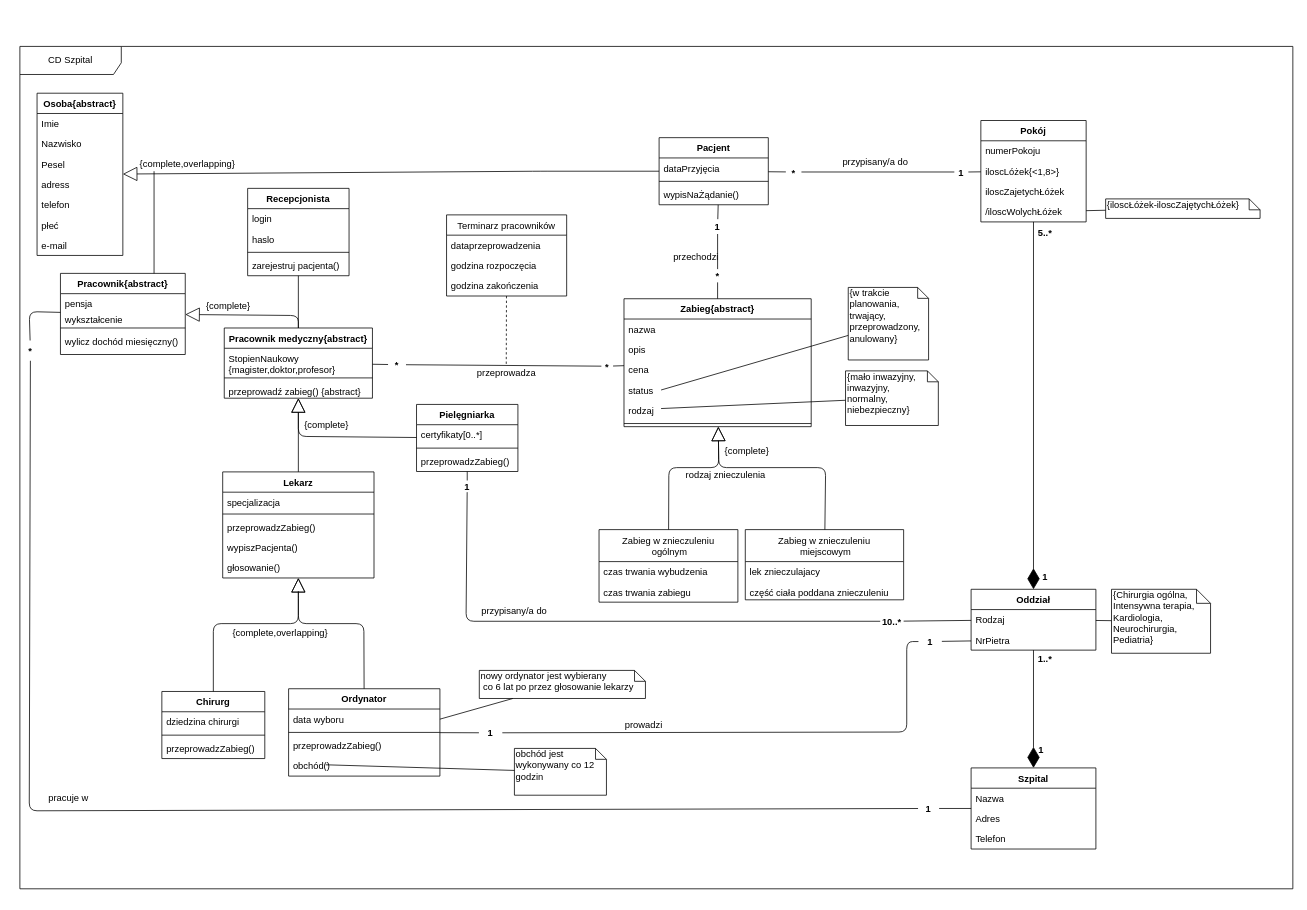
The draw.io diagram page "class" (1 of 2) of Szpital.drawio in AleksanderStaruch/HospitalUML, before the edit. Source tidied: cells renumbered, new cells numbered last; positions are measured from the earlier drawing's top-left corner, leaving out a move shared by most shapes. Both pictures are drawn from the tidied source at 78%, with x=0, y=0 at pixel (20, 46).
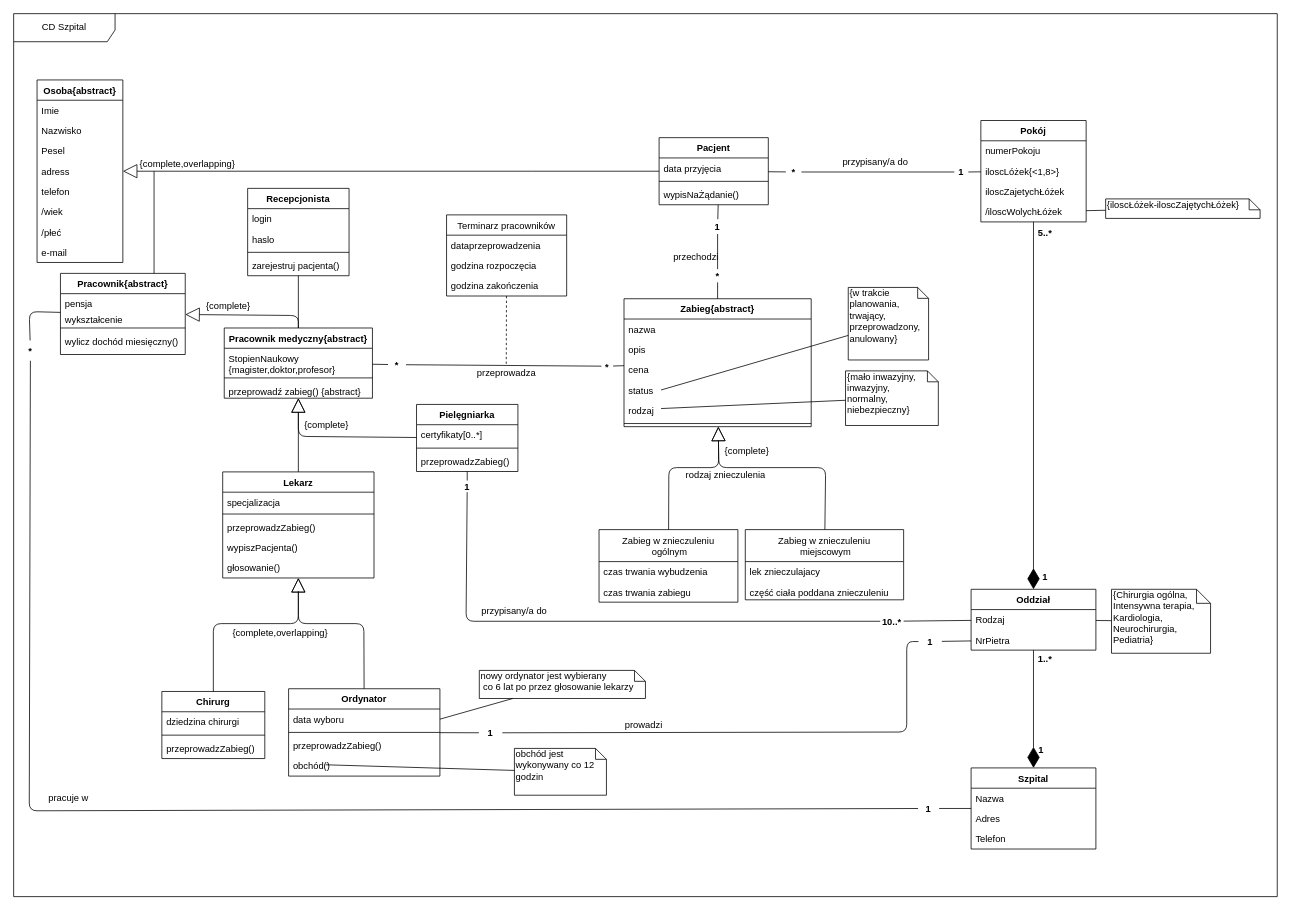
After the change.

Unchanged cells that the change refers to:
```xml
<mxCell id="34" value="Pacjent" style="swimlane;fontStyle=1;align=center;verticalAlign=top;horizontal=1;startSize=26;" parent="1" vertex="1">
  <mxGeometry x="819.5" y="117" width="140" height="86" as="geometry" />
</mxCell>
```

The edit, as a diff of the source:
```diff
@@
-    <mxCell id="35" value="dataPrzyjęcia" style="text;strokeColor=none;fillColor=none;align=left;verticalAlign=top;spacingLeft=4;spacingRight=4;overflow=hidden;" parent="34" vertex="1">
+    <mxCell id="35" value="data przyjęcia" style="text;strokeColor=none;fillColor=none;align=left;verticalAlign=top;spacingLeft=4;spacingRight=4;overflow=hidden;" parent="34" vertex="1">
       <mxGeometry y="26" width="140" height="26" as="geometry" />
     </mxCell>
@@
     <mxCell id="38" value="Osoba{abstract}" style="swimlane;fontStyle=1;align=center;verticalAlign=top;horizontal=1;startSize=26;" parent="1" vertex="1">
-      <mxGeometry x="22" y="60" width="110" height="208" as="geometry" />
+      <mxGeometry x="22" y="43" width="110" height="234" as="geometry" />
     </mxCell>
@@
+    <mxCell id="148" value="/wiek" style="text;strokeColor=none;fillColor=none;align=left;verticalAlign=top;spacingLeft=4;spacingRight=4;overflow=hidden;" parent="38" vertex="1">
+      <mxGeometry y="156" width="110" height="26" as="geometry" />
+    </mxCell>
-    <mxCell id="44" value="płeć" style="text;strokeColor=none;fillColor=none;align=left;verticalAlign=top;spacingLeft=4;spacingRight=4;overflow=hidden;" parent="38" vertex="1">
-      <mxGeometry y="156" width="110" height="26" as="geometry" />
+    <mxCell id="44" value="/płeć" style="text;strokeColor=none;fillColor=none;align=left;verticalAlign=top;spacingLeft=4;spacingRight=4;overflow=hidden;" parent="38" vertex="1">
+      <mxGeometry y="182" width="110" height="26" as="geometry" />
     </mxCell>
     <mxCell id="45" value="e-mail" style="text;strokeColor=none;fillColor=none;align=left;verticalAlign=top;spacingLeft=4;spacingRight=4;overflow=hidden;" parent="38" vertex="1">
-      <mxGeometry y="182" width="110" height="26" as="geometry" />
+      <mxGeometry y="208" width="110" height="26" as="geometry" />
     </mxCell>
@@
     <mxCell id="85" value="CD Szpital" style="shape=umlFrame;whiteSpace=wrap;html=1;width=130;height=36;" parent="1" vertex="1">
-      <mxGeometry width="1632" height="1080" as="geometry" />
+      <mxGeometry x="-8" y="-42" width="1620" height="1132" as="geometry" />
     </mxCell>
```
